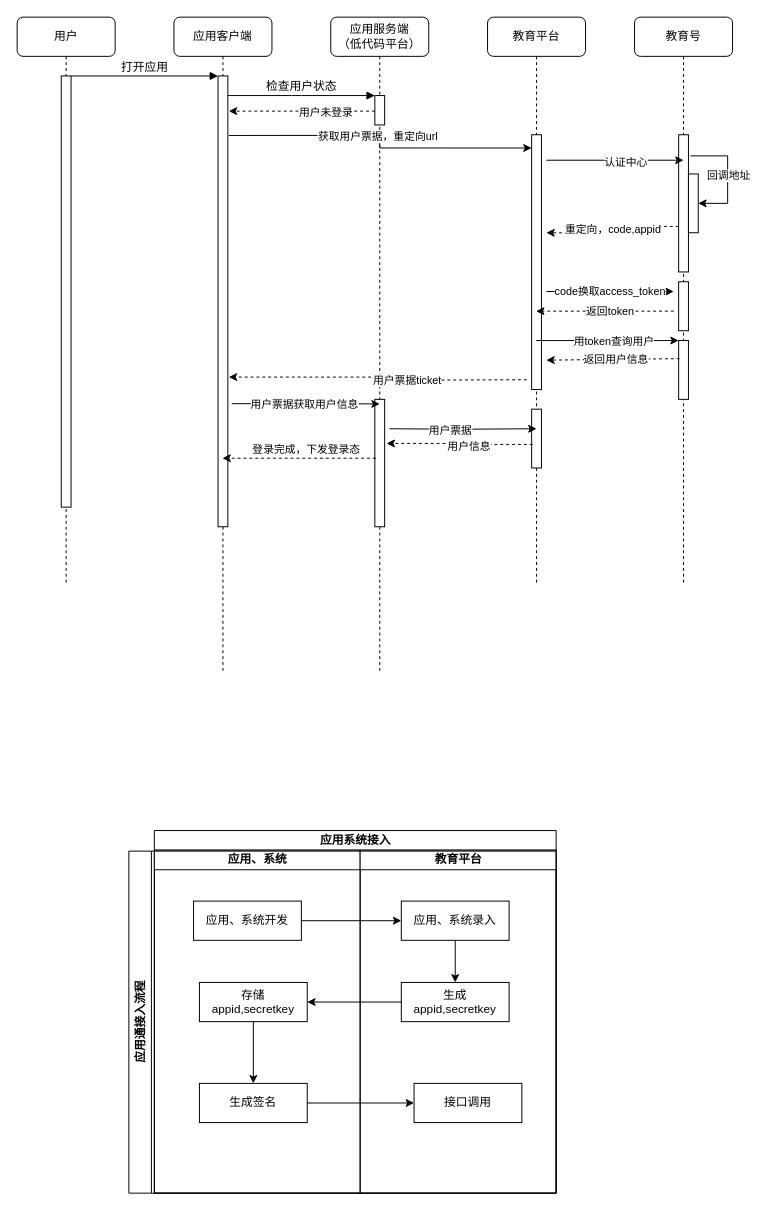
liangdengming/diagrams keeps this draw.io diagram as 低代码应用单点登录流程.drawio. Above is the earlier version. Source tidied: cells renumbered, new cells numbered last; positions are measured from the earlier drawing's top-left corner, leaving out a move shared by most shapes. Both pictures are drawn from the tidied source at 98%, with x=0, y=0 at pixel (17, 17).
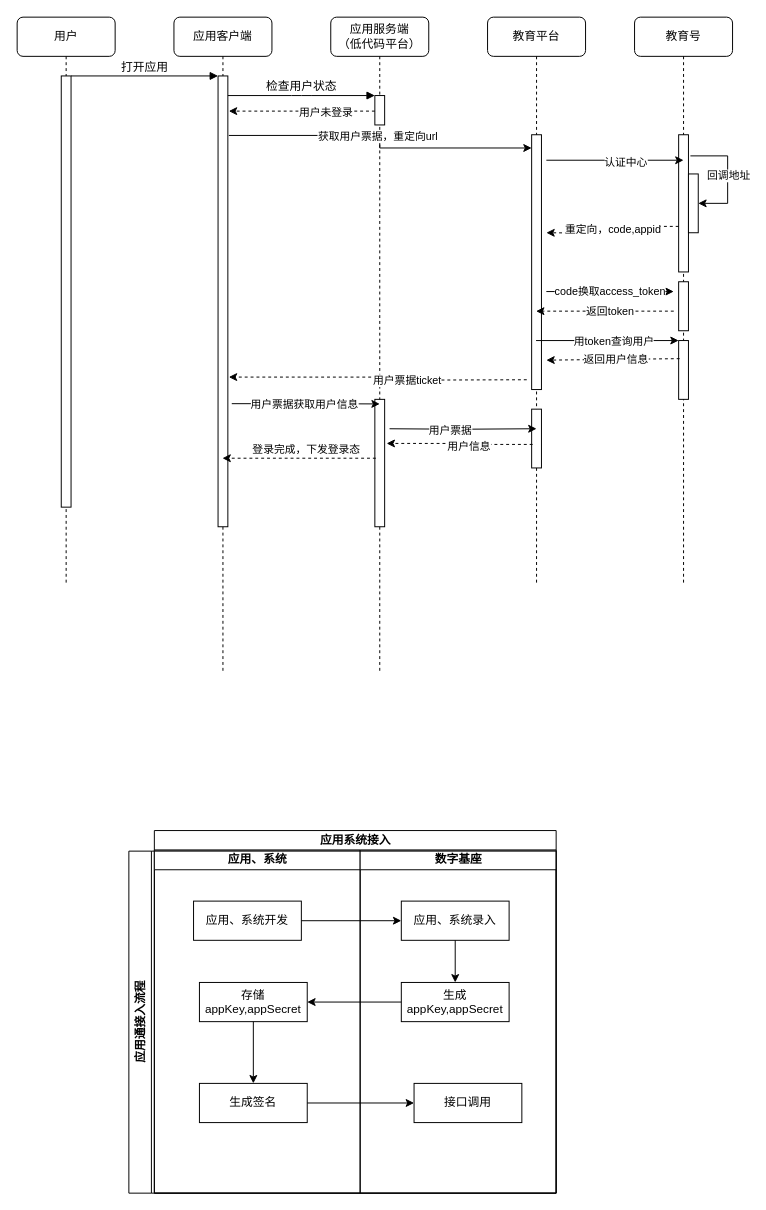
Above is the later version.

Commit message:
更新低代码应用单点登录流程.drawio

Unchanged cells that the change refers to:
```xml
<mxCell id="51" value="应用系统接入" style="swimlane;startSize=20;html=1;" parent="1" vertex="1">
  <mxGeometry x="140" y="830" width="410" height="370" as="geometry" />
</mxCell>
<mxCell id="54" value="应用通接入流程" style="swimlane;horizontal=0;whiteSpace=wrap;html=1;" parent="1" vertex="1">
  <mxGeometry x="114" y="851" width="436" height="349" as="geometry" />
</mxCell>
```

The edit, as a diff of the source:
```diff
@@
-    <mxCell id="53" value="教育平台" style="swimlane;startSize=20;html=1;" parent="51" vertex="1">
+    <mxCell id="53" value="数字基座" style="swimlane;startSize=20;html=1;" parent="51" vertex="1">
       <mxGeometry x="210" y="20" width="200" height="350" as="geometry" />
     </mxCell>
@@
-    <mxCell id="58" value="生成appid,secretkey" style="rounded=0;whiteSpace=wrap;html=1;" parent="54" vertex="1">
+    <mxCell id="58" value="生成appKey,appSecret" style="rounded=0;whiteSpace=wrap;html=1;" parent="54" vertex="1">
       <mxGeometry x="278" y="134" width="110" height="40" as="geometry" />
     </mxCell>
@@
-    <mxCell id="60" value="存储appid,secretkey" style="rounded=0;whiteSpace=wrap;html=1;" parent="54" vertex="1">
+    <mxCell id="60" value="存储appKey,appSecret" style="rounded=0;whiteSpace=wrap;html=1;" parent="54" vertex="1">
       <mxGeometry x="72" y="134" width="110" height="40" as="geometry" />
     </mxCell>
```
